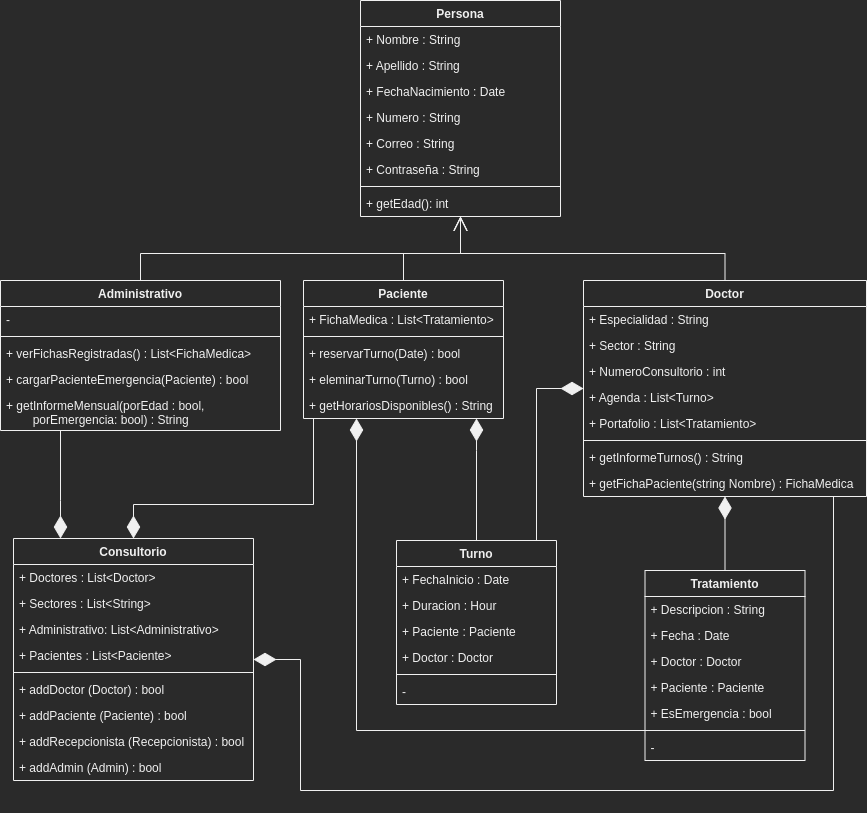
Earlier version of the draw.io export DiagramaClases.png (MrGoropeza/1000Programadores-ProyectoFinal). Source tidied: cells renumbered, new cells last; positions are measured from the earlier drawing's top-left corner, leaving out a move shared by most shapes.
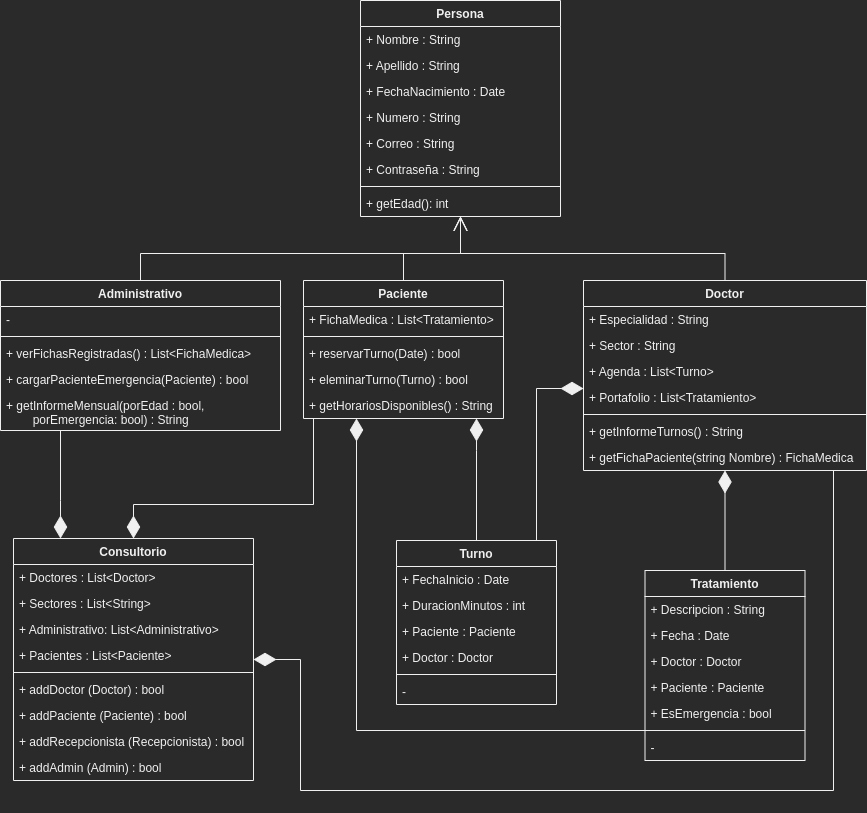
The same diagram one commit later.

Commit message:
added diagramas finales y sql de creacion de bdd

What changed in the source:
```diff
@@ -61,7 +61,7 @@
       <mxGeometry relative="1" as="geometry" />
     </mxCell>
     <mxCell id="16" value="Doctor" style="swimlane;fontStyle=1;align=center;verticalAlign=top;horizontal=1;startSize=26;" parent="1" vertex="1">
-      <mxGeometry x="583" y="280" width="283" height="216" as="geometry" />
+      <mxGeometry x="583" y="280" width="283" height="190" as="geometry" />
     </mxCell>
     <mxCell id="17" value="+ Especialidad : String" style="text;strokeColor=none;fillColor=none;align=left;verticalAlign=top;spacingLeft=4;spacingRight=4;overflow=hidden;" parent="16" vertex="1">
       <mxGeometry y="26" width="283" height="26" as="geometry" />
@@ -69,23 +69,20 @@
     <mxCell id="18" value="+ Sector : String" style="text;strokeColor=none;fillColor=none;align=left;verticalAlign=top;spacingLeft=4;spacingRight=4;overflow=hidden;" parent="16" vertex="1">
       <mxGeometry y="52" width="283" height="26" as="geometry" />
     </mxCell>
-    <mxCell id="19" value="+ NumeroConsultorio : int" style="text;strokeColor=none;fillColor=none;align=left;verticalAlign=top;spacingLeft=4;spacingRight=4;overflow=hidden;" parent="16" vertex="1">
-      <mxGeometry y="78" width="283" height="26" as="geometry" />
-    </mxCell>
     <mxCell id="20" value="+ Agenda : List&lt;Turno&gt;" style="text;strokeColor=none;fillColor=none;align=left;verticalAlign=top;spacingLeft=4;spacingRight=4;overflow=hidden;" parent="16" vertex="1">
-      <mxGeometry y="104" width="283" height="26" as="geometry" />
+      <mxGeometry y="78" width="283" height="26" as="geometry" />
     </mxCell>
     <mxCell id="21" value="+ Portafolio : List&lt;Tratamiento&gt;" style="text;strokeColor=none;fillColor=none;align=left;verticalAlign=top;spacingLeft=4;spacingRight=4;overflow=hidden;" parent="16" vertex="1">
-      <mxGeometry y="130" width="283" height="26" as="geometry" />
+      <mxGeometry y="104" width="283" height="26" as="geometry" />
     </mxCell>
     <mxCell id="22" style="line;strokeWidth=1;fillColor=none;align=left;verticalAlign=middle;spacingTop=-1;spacingLeft=3;spacingRight=3;labelPosition=right;" parent="16" vertex="1">
-      <mxGeometry y="156" width="283" height="8" as="geometry" />
+      <mxGeometry y="130" width="283" height="8" as="geometry" />
     </mxCell>
     <mxCell id="23" value="+ getInformeTurnos() : String" style="text;strokeColor=none;fillColor=none;align=left;verticalAlign=top;spacingLeft=4;spacingRight=4;overflow=hidden;" parent="16" vertex="1">
-      <mxGeometry y="164" width="283" height="26" as="geometry" />
+      <mxGeometry y="138" width="283" height="26" as="geometry" />
     </mxCell>
     <mxCell id="24" value="+ getFichaPaciente(string Nombre) : FichaMedica" style="text;strokeColor=none;fillColor=none;align=left;verticalAlign=top;spacingLeft=4;spacingRight=4;overflow=hidden;" parent="16" vertex="1">
-      <mxGeometry y="190" width="283" height="26" as="geometry" />
+      <mxGeometry y="164" width="283" height="26" as="geometry" />
     </mxCell>
     <mxCell id="25" value="Persona" style="swimlane;fontStyle=1;align=center;verticalAlign=top;horizontal=1;startSize=26;" parent="1" vertex="1">
       <mxGeometry x="360" width="200" height="216" as="geometry" />
@@ -178,7 +175,7 @@
     <mxCell id="51" value="+ FechaInicio : Date" style="text;strokeColor=none;fillColor=none;align=left;verticalAlign=top;spacingLeft=4;spacingRight=4;overflow=hidden;" parent="50" vertex="1">
       <mxGeometry y="26" width="160" height="26" as="geometry" />
     </mxCell>
-    <mxCell id="52" value="+ Duracion : Hour" style="text;strokeColor=none;fillColor=none;align=left;verticalAlign=top;spacingLeft=4;spacingRight=4;overflow=hidden;" parent="50" vertex="1">
+    <mxCell id="52" value="+ DuracionMinutos : int" style="text;strokeColor=none;fillColor=none;align=left;verticalAlign=top;spacingLeft=4;spacingRight=4;overflow=hidden;" parent="50" vertex="1">
       <mxGeometry y="52" width="160" height="26" as="geometry" />
     </mxCell>
     <mxCell id="53" value="+ Paciente : Paciente" style="text;strokeColor=none;fillColor=none;align=left;verticalAlign=top;spacingLeft=4;spacingRight=4;overflow=hidden;" parent="50" vertex="1">
```
